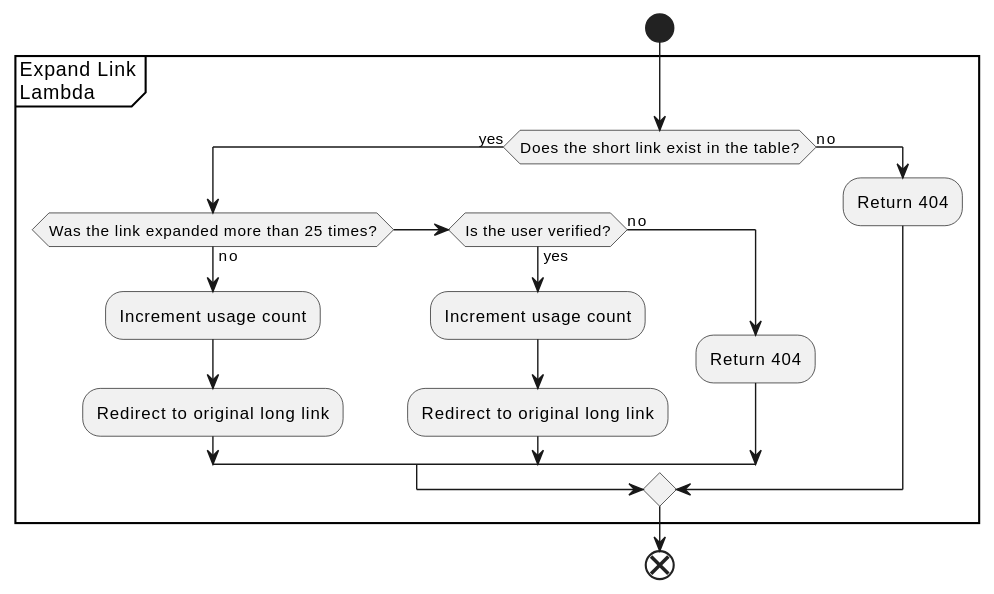
Above: images/flowchart_03_expand_link.svg in mourjo/liliput (PlantUML), before the change.
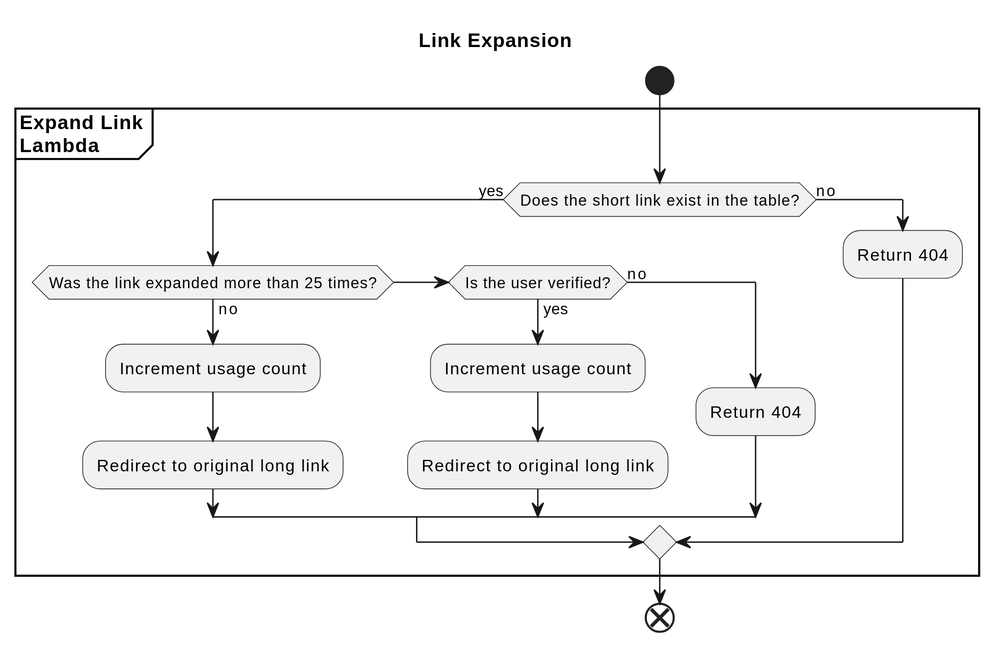
The same file after the commit.

Change to the diagram source:
```diff
@@ -1,7 +1,10 @@
 @startuml
+title "Link Expansion"
+scale 2
+
 start
 
-    partition "Expand Link\nLambda" {
+    partition "**Expand Link**\n**Lambda**" {
     if (Does the short link exist in the table?) then (yes)
        if (Was the link expanded more than 25 times?) then (no)
        :Increment usage count;
```
